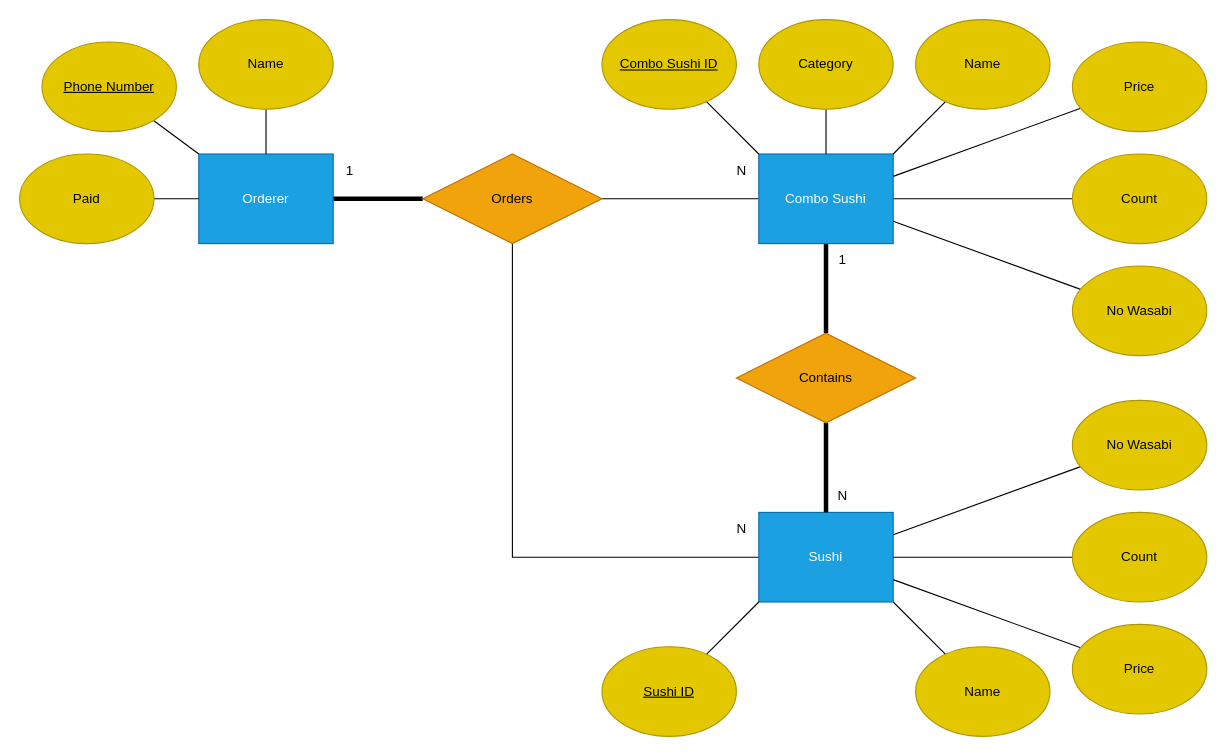
This is tasks/db_modelling_1/diagram_1.dio from MrSung/praha_challenge, a draw.io file, before an edit. Source tidied: cells renumbered, new cells numbered last; positions are measured from the earlier drawing's top-left corner, leaving out a move shared by most shapes. Both pictures are drawn from the tidied source at 112%, with x=0, y=0 at pixel (19, 19).
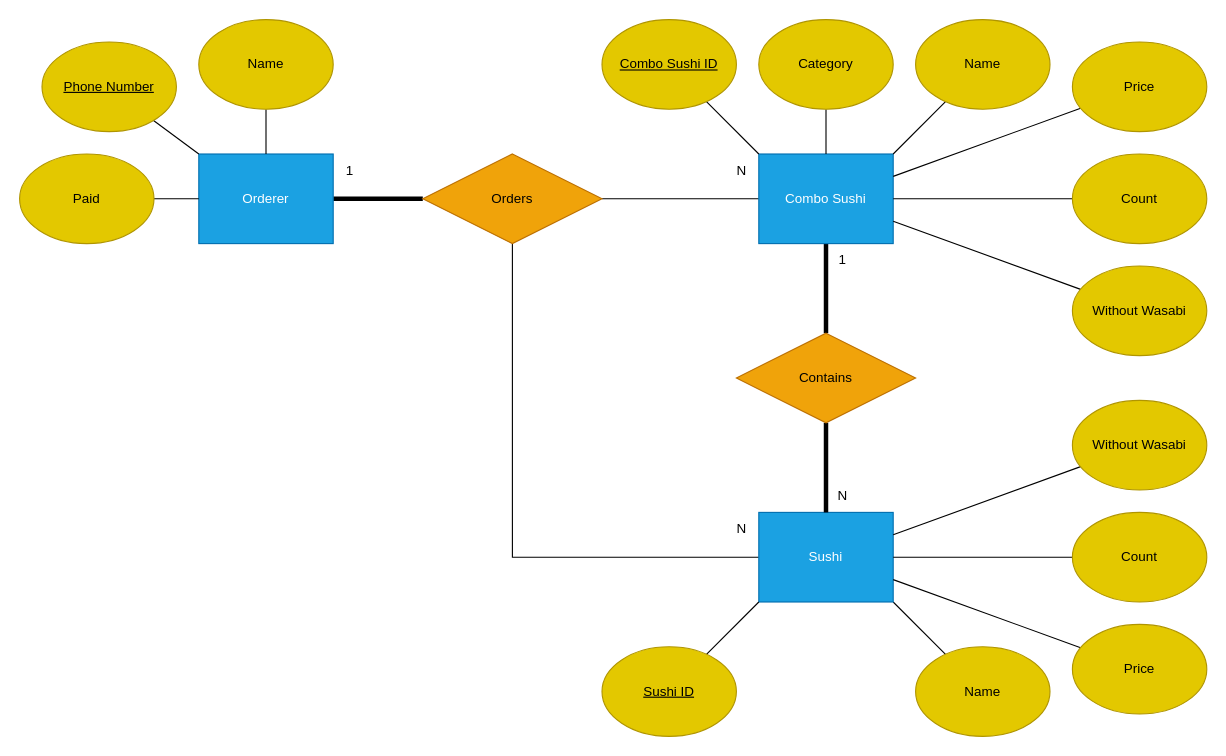
The same page after the edit.

Diff of the diagram source:
```diff
@@
-    <mxCell id="35" value="No Wasabi" style="ellipse;whiteSpace=wrap;html=1;fillColor=#e3c800;fontColor=#000000;strokeColor=#B09500;" parent="1" vertex="1">
+    <mxCell id="35" value="Without Wasabi" style="ellipse;whiteSpace=wrap;html=1;fillColor=#e3c800;fontColor=#000000;strokeColor=#B09500;" parent="1" vertex="1">
       <mxGeometry x="940" y="220" width="120" height="80" as="geometry" />
     </mxCell>
@@
-    <mxCell id="38" value="No Wasabi" style="ellipse;whiteSpace=wrap;html=1;fillColor=#e3c800;fontColor=#000000;strokeColor=#B09500;" parent="1" vertex="1">
+    <mxCell id="38" value="Without Wasabi" style="ellipse;whiteSpace=wrap;html=1;fillColor=#e3c800;fontColor=#000000;strokeColor=#B09500;" parent="1" vertex="1">
       <mxGeometry x="940" y="340" width="120" height="80" as="geometry" />
     </mxCell>
```
